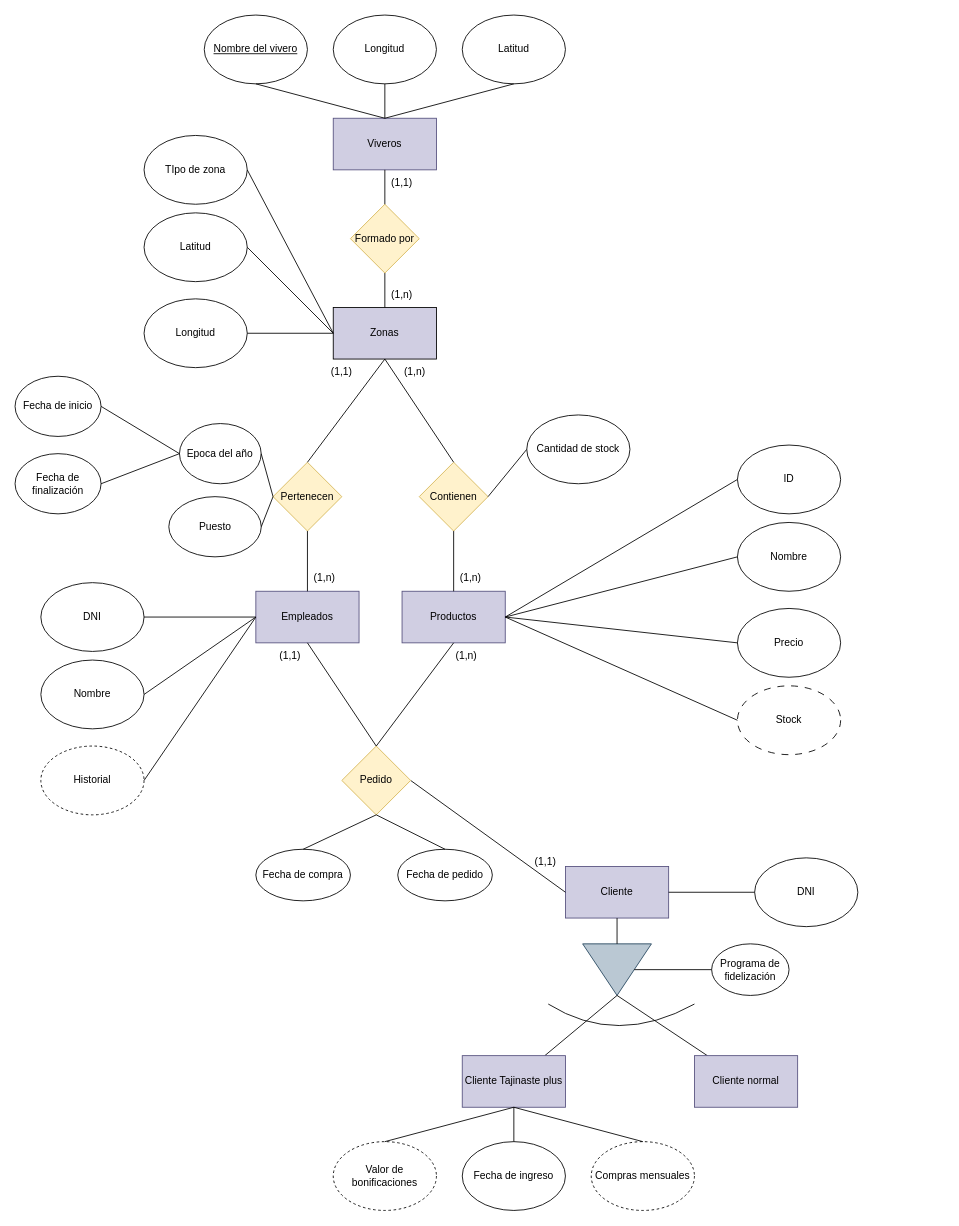
Before: Modelo entidad relacion/viveros.drawio in alu0101101507/ADBD, a draw.io diagram. Source tidied: cells renumbered, new cells numbered last; positions are measured from the earlier drawing's top-left corner, leaving out a move shared by most shapes. Both pictures are drawn from the tidied source at 86%, with x=0, y=0 at pixel (15, 15).
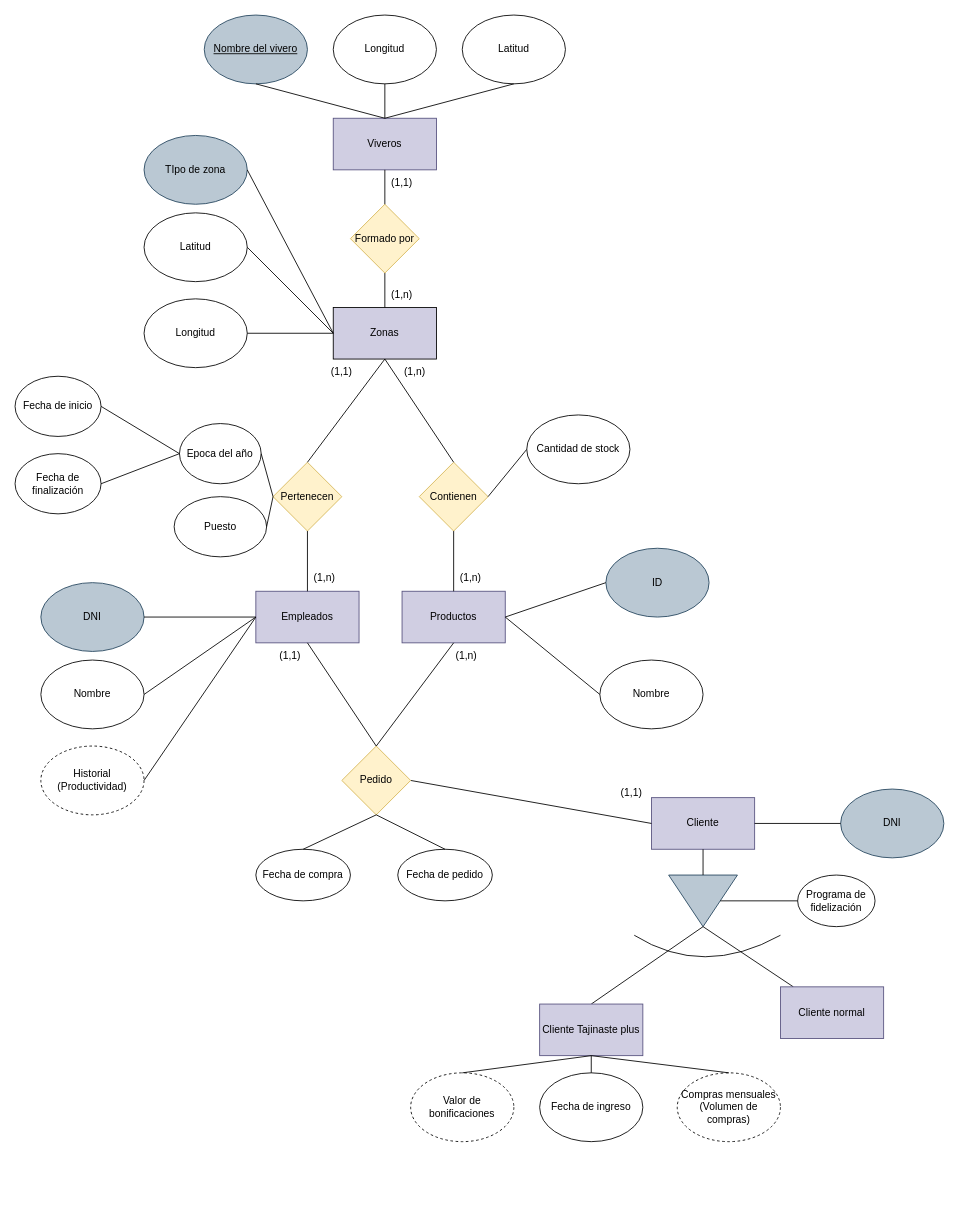
The same diagram, later.

The change refers to these unchanged cells:
```xml
<mxCell id="14" value="&lt;div&gt;Productos&lt;/div&gt;" style="rounded=0;whiteSpace=wrap;html=1;fillColor=#d0cee2;strokeColor=#56517e;" parent="1" vertex="1">
  <mxGeometry x="450" y="670" width="120" height="60" as="geometry" />
</mxCell>
```

What changed in the source:
```diff
@@
-    <mxCell id="13" value="TIpo de zona" style="ellipse;whiteSpace=wrap;html=1;" parent="1" vertex="1">
+    <mxCell id="13" value="TIpo de zona" style="ellipse;whiteSpace=wrap;html=1;fillColor=#bac8d3;strokeColor=#23445d;" parent="1" vertex="1">
       <mxGeometry x="150" y="140" width="120" height="80" as="geometry" />
     </mxCell>
@@
     <mxCell id="19" value="&lt;div&gt;Cliente&lt;/div&gt;" style="rounded=0;whiteSpace=wrap;html=1;fillColor=#d0cee2;strokeColor=#56517e;" parent="1" vertex="1">
-      <mxGeometry x="640" y="990" width="120" height="60" as="geometry" />
+      <mxGeometry x="740" y="910" width="120" height="60" as="geometry" />
     </mxCell>
     <mxCell id="20" style="triangle;whiteSpace=wrap;html=1;direction=south;fillColor=#bac8d3;strokeColor=#23445d;" parent="1" vertex="1">
-      <mxGeometry x="660" y="1080" width="80" height="60" as="geometry" />
+      <mxGeometry x="760" y="1000" width="80" height="60" as="geometry" />
     </mxCell>
@@
-    <mxCell id="22" style="endArrow=none;html=1;rounded=0;exitX=1;exitY=0.5;exitDx=0;exitDy=0;" parent="1" edge="1" source="20" target="25">
+    <mxCell id="22" style="endArrow=none;html=1;rounded=0;exitX=1;exitY=0.5;exitDx=0;exitDy=0;entryX=0.5;entryY=0;entryDx=0;entryDy=0;" parent="1" edge="1" source="20" target="25">
       <mxGeometry relative="1" as="geometry" />
     </mxCell>
@@
     <mxCell id="24" value="Cliente normal" style="rounded=0;whiteSpace=wrap;html=1;fillColor=#d0cee2;strokeColor=#56517e;" parent="1" vertex="1">
-      <mxGeometry x="790" y="1210" width="120" height="60" as="geometry" />
+      <mxGeometry x="890" y="1130" width="120" height="60" as="geometry" />
     </mxCell>
     <mxCell id="25" value="Cliente Tajinaste plus" style="rounded=0;whiteSpace=wrap;html=1;fillColor=#d0cee2;strokeColor=#56517e;" parent="1" vertex="1">
-      <mxGeometry x="520" y="1210" width="120" height="60" as="geometry" />
+      <mxGeometry x="610" y="1150" width="120" height="60" as="geometry" />
     </mxCell>
@@
-    <mxCell id="35" value="&lt;div&gt;&lt;u&gt;Nombre del vivero&lt;/u&gt;&lt;/div&gt;" style="ellipse;whiteSpace=wrap;html=1;" parent="1" vertex="1">
+    <mxCell id="35" value="&lt;div&gt;&lt;u&gt;Nombre del vivero&lt;/u&gt;&lt;/div&gt;" style="ellipse;whiteSpace=wrap;html=1;fillColor=#bac8d3;strokeColor=#23445d;" parent="1" vertex="1">
       <mxGeometry x="220" width="120" height="80" as="geometry" />
     </mxCell>
@@
     <mxCell id="37" value="Programa de fidelización " style="ellipse;whiteSpace=wrap;html=1;" parent="1" vertex="1">
-      <mxGeometry x="810" y="1080" width="90" height="60" as="geometry" />
+      <mxGeometry x="910" y="1000" width="90" height="60" as="geometry" />
     </mxCell>
@@
     <mxCell id="43" value="Valor de bonificaciones" style="ellipse;whiteSpace=wrap;html=1;dashed=1;" parent="1" vertex="1">
-      <mxGeometry x="370" y="1310" width="120" height="80" as="geometry" />
+      <mxGeometry x="460" y="1230" width="120" height="80" as="geometry" />
     </mxCell>
@@
     <mxCell id="52" value="Puesto" style="ellipse;whiteSpace=wrap;html=1;" parent="1" vertex="1">
-      <mxGeometry x="178.8" y="560" width="107.5" height="70" as="geometry" />
+      <mxGeometry x="185" y="560" width="107.5" height="70" as="geometry" />
     </mxCell>
@@
-    <mxCell id="54" value="ID" style="ellipse;whiteSpace=wrap;html=1;" parent="1" vertex="1">
-      <mxGeometry x="840" y="500" width="120" height="80" as="geometry" />
+    <mxCell id="54" value="ID" style="ellipse;whiteSpace=wrap;html=1;fillColor=#bac8d3;strokeColor=#23445d;" parent="1" vertex="1">
+      <mxGeometry x="687" y="620" width="120" height="80" as="geometry" />
     </mxCell>
     <mxCell id="55" value="Nombre" style="ellipse;whiteSpace=wrap;html=1;" parent="1" vertex="1">
-      <mxGeometry x="840" y="590" width="120" height="80" as="geometry" />
+      <mxGeometry x="680" y="750" width="120" height="80" as="geometry" />
     </mxCell>
-    <mxCell id="56" value="Precio" style="ellipse;whiteSpace=wrap;html=1;" parent="1" vertex="1">
-      <mxGeometry x="840" y="690" width="120" height="80" as="geometry" />
-    </mxCell>
-    <mxCell id="57" value="Stock" style="ellipse;whiteSpace=wrap;html=1;dashed=1;dashPattern=8 8;" parent="1" vertex="1">
-      <mxGeometry x="840" y="780" width="120" height="80" as="geometry" />
-    </mxCell>
@@
-    <mxCell id="60" style="endArrow=none;html=1;rounded=0;exitX=1;exitY=0.5;exitDx=0;exitDy=0;entryX=0;entryY=0.5;entryDx=0;entryDy=0;" parent="1" edge="1" source="14" target="56">
-      <mxGeometry relative="1" as="geometry" />
-    </mxCell>
-    <mxCell id="61" style="endArrow=none;html=1;rounded=0;exitX=1;exitY=0.5;exitDx=0;exitDy=0;entryX=0;entryY=0.5;entryDx=0;entryDy=0;" parent="1" edge="1" source="14" target="57">
-      <mxGeometry relative="1" as="geometry" />
-    </mxCell>
-    <mxCell id="62" value="DNI" style="ellipse;whiteSpace=wrap;html=1;" parent="1" vertex="1">
+    <mxCell id="62" value="DNI" style="ellipse;whiteSpace=wrap;html=1;fillColor=#bac8d3;strokeColor=#23445d;" parent="1" vertex="1">
       <mxGeometry x="30" y="660" width="120" height="80" as="geometry" />
     </mxCell>
@@
-    <mxCell id="64" value="Historial" style="ellipse;whiteSpace=wrap;html=1;dashed=1;" parent="1" vertex="1">
+    <mxCell id="64" value="Historial&lt;br&gt;(Productividad)" style="ellipse;whiteSpace=wrap;html=1;dashed=1;" parent="1" vertex="1">
       <mxGeometry x="30" y="850" width="120" height="80" as="geometry" />
     </mxCell>
@@
-    <mxCell id="72" value="DNI" style="ellipse;whiteSpace=wrap;html=1;" parent="1" vertex="1">
-      <mxGeometry x="860" y="980" width="120" height="80" as="geometry" />
+    <mxCell id="72" value="DNI" style="ellipse;whiteSpace=wrap;html=1;fillColor=#bac8d3;strokeColor=#23445d;" parent="1" vertex="1">
+      <mxGeometry x="960" y="900" width="120" height="80" as="geometry" />
     </mxCell>
@@
     <mxCell id="74" value="Fecha de ingreso" style="ellipse;whiteSpace=wrap;html=1;" parent="1" vertex="1">
-      <mxGeometry x="520" y="1310" width="120" height="80" as="geometry" />
+      <mxGeometry x="610" y="1230" width="120" height="80" as="geometry" />
     </mxCell>
-    <mxCell id="75" value="Compras mensuales" style="ellipse;whiteSpace=wrap;html=1;dashed=1;" parent="1" vertex="1">
-      <mxGeometry x="670" y="1310" width="120" height="80" as="geometry" />
+    <mxCell id="75" value="Compras mensuales&lt;br&gt;(Volumen de compras)" style="ellipse;whiteSpace=wrap;html=1;dashed=1;" parent="1" vertex="1">
+      <mxGeometry x="770" y="1230" width="120" height="80" as="geometry" />
     </mxCell>
-    <mxCell id="76" style="endArrow=none;html=1;rounded=0;exitX=0.5;exitY=1;exitDx=0;exitDy=0;entryX=0.5;entryY=0;entryDx=0;entryDy=0;" parent="1" edge="1" source="25" target="74">
+    <mxCell id="76" style="endArrow=none;html=1;rounded=0;exitX=0.5;exitY=0;exitDx=0;exitDy=0;entryX=0.5;entryY=1;entryDx=0;entryDy=0;" parent="1" edge="1" source="74" target="25">
       <mxGeometry relative="1" as="geometry" />
     </mxCell>
@@
     <mxCell id="78" style="endArrow=none;html=1;rounded=0;curved=1;" parent="1" edge="1">
       <mxGeometry relative="1" as="geometry">
-        <mxPoint x="620" y="1150" as="sourcePoint" />
-        <mxPoint x="790" y="1150" as="targetPoint" />
+        <mxPoint x="720" y="1070" as="sourcePoint" />
+        <mxPoint x="890" y="1070" as="targetPoint" />
         <Array as="points">
-          <mxPoint x="700" y="1200" />
+          <mxPoint x="800" y="1120" />
         </Array>
       </mxGeometry>
     </mxCell>
@@
     <mxCell id="85" value="(1,1)" style="text;html=1;align=center;verticalAlign=middle;whiteSpace=wrap;rounded=0;" parent="1" vertex="1">
-      <mxGeometry x="587" y="970" width="60" height="30" as="geometry" />
+      <mxGeometry x="687" y="890" width="60" height="30" as="geometry" />
     </mxCell>
```
